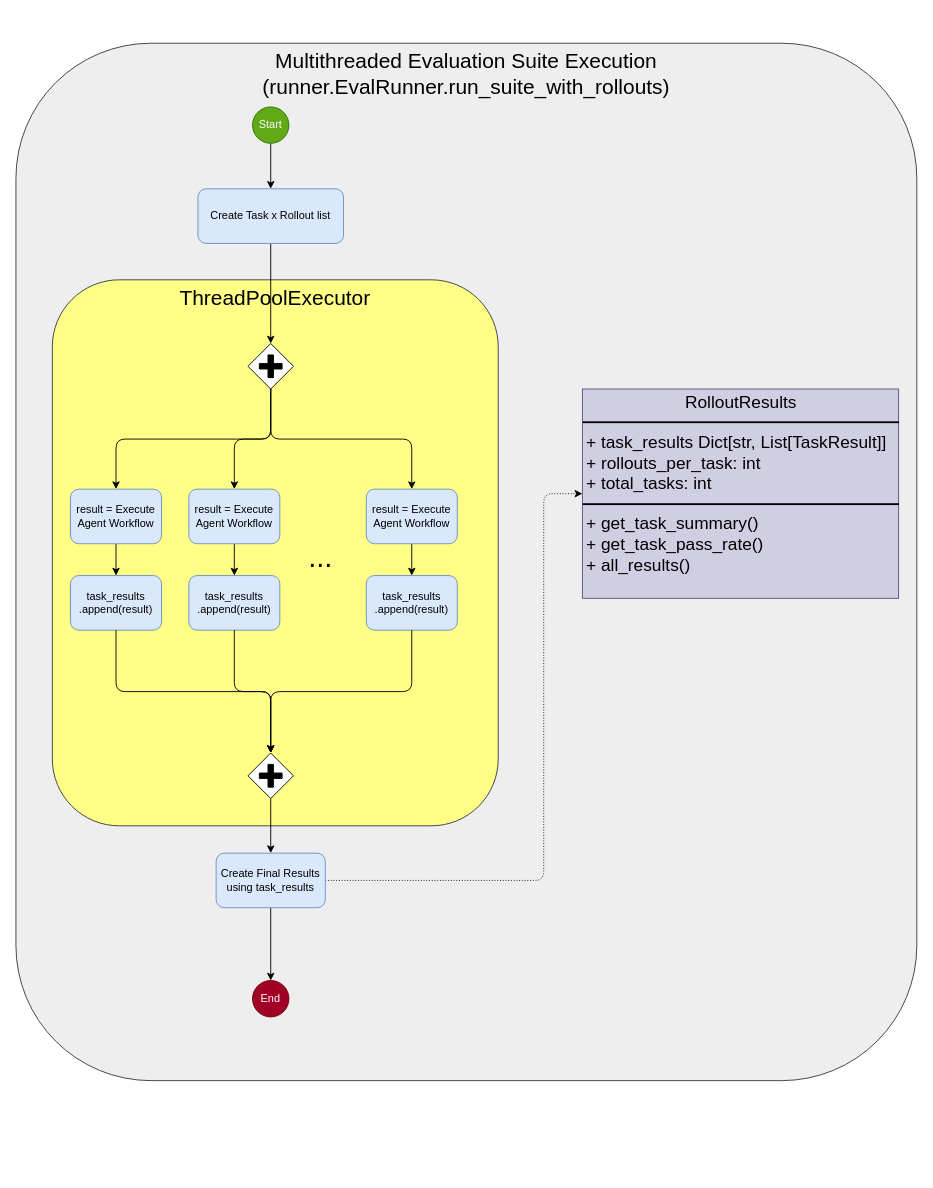
jbthejedi/llm-repo-agent keeps this draw.io diagram as blog_post/diagrams/multithreaded_eval_suite.drawio. Above is the earlier version. Source tidied: cells renumbered, new cells numbered last; positions are measured from the earlier drawing's top-left corner, leaving out a move shared by most shapes. Both pictures are drawn from the tidied source at 91%, with x=0, y=0 at pixel (15, 43).
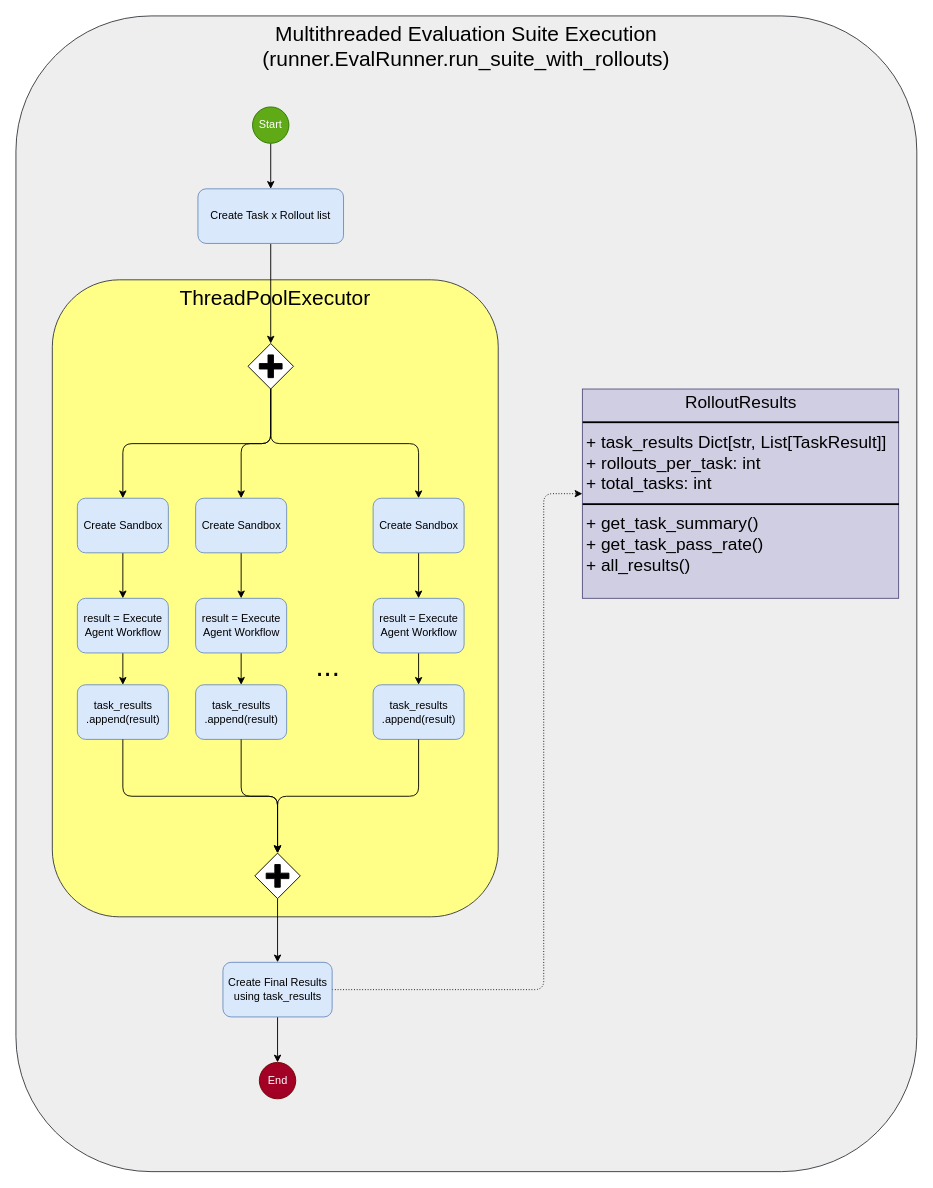
The same page after the edit.

Commit message (it also covers changes not shown here):
updated mulithreaded diagram

Unchanged cells that the change refers to:
```xml
<mxCell id="8" value="&lt;p style=&quot;margin:0px;margin-top:4px;text-align:center;&quot;&gt;&lt;font style=&quot;color: light-dark(rgb(0, 0, 0), rgb(255, 255, 255));&quot;&gt;RolloutResults&lt;/font&gt;&lt;/p&gt;&lt;hr style=&quot;border-style:solid;&quot;&gt;&lt;p style=&quot;margin:0px;margin-left:4px;&quot;&gt;&lt;font style=&quot;color: light-dark(rgb(0, 0, 0), rgb(255, 255, 255));&quot;&gt;+ task_results Dict[str, List[TaskResult]]&lt;br&gt;+ rollouts_per_task: int&lt;/font&gt;&lt;/p&gt;&lt;p style=&quot;margin:0px;margin-left:4px;&quot;&gt;&lt;font style=&quot;color: light-dark(rgb(0, 0, 0), rgb(255, 255, 255));&quot;&gt;+ total_tasks: int&lt;/font&gt;&lt;/p&gt;&lt;hr style=&quot;border-style:solid;&quot;&gt;&lt;p style=&quot;scrollbar-color: rgb(75, 75, 75) rgb(27, 29, 30); margin: 0px 0px 0px 4px; color: rgb(192, 192, 192);&quot;&gt;&lt;font style=&quot;color: light-dark(rgb(0, 0, 0), rgb(255, 255, 255));&quot;&gt;+ get_task_summary()&lt;/font&gt;&lt;/p&gt;&lt;p style=&quot;scrollbar-color: rgb(75, 75, 75) rgb(27, 29, 30); margin: 0px 0px 0px 4px; color: rgb(192, 192, 192);&quot;&gt;&lt;font style=&quot;color: light-dark(rgb(0, 0, 0), rgb(255, 255, 255));&quot;&gt;+ get_task_pass_rate()&lt;br style=&quot;scrollbar-color: rgb(75, 75, 75) rgb(27, 29, 30); color: rgb(192, 192, 192);&quot;&gt;&lt;/font&gt;&lt;/p&gt;&lt;p style=&quot;scrollbar-color: rgb(75, 75, 75) rgb(27, 29, 30); margin: 0px 0px 0px 4px; color: rgb(192, 192, 192);&quot;&gt;&lt;font style=&quot;color: light-dark(rgb(0, 0, 0), rgb(255, 255, 255));&quot;&gt;+ all_results()&lt;/font&gt;&lt;/p&gt;" style="verticalAlign=top;align=left;overflow=fill;html=1;whiteSpace=wrap;fontSize=19;fillColor=#d0cee2;strokeColor=#56517e;labelBackgroundColor=none;" parent="1" vertex="1">
  <mxGeometry x="622.5" y="380" width="347.5" height="230" as="geometry" />
</mxCell>
<mxCell id="14" style="points=[[0.25,0.25,0],[0.5,0,0],[0.75,0.25,0],[1,0.5,0],[0.75,0.75,0],[0.5,1,0],[0.25,0.75,0],[0,0.5,0]];shape=mxgraph.bpmn.gateway2;html=1;verticalLabelPosition=bottom;labelBackgroundColor=#ffffff;verticalAlign=top;align=center;perimeter=rhombusPerimeter;outlineConnect=0;outline=none;symbol=none;gwType=parallel;" parent="1" vertex="1">
  <mxGeometry x="255" y="330" width="50" height="50" as="geometry" />
</mxCell>
```

What changed in the source:
```diff
@@
     <mxCell id="2" value="Multithreaded Evaluation Suite Execution&lt;div&gt;(runner.EvalRunner.run_suite_with_rollouts)&lt;/div&gt;" style="rounded=1;whiteSpace=wrap;html=1;fillColor=#eeeeee;strokeColor=#36393d;verticalAlign=top;fontSize=23;" parent="1" vertex="1">
-      <mxGeometry width="990" height="1140" as="geometry" />
+      <mxGeometry y="-30" width="990" height="1270" as="geometry" />
     </mxCell>
     <mxCell id="3" value="ThreadPoolExecutor" style="rounded=1;whiteSpace=wrap;html=1;verticalAlign=top;fontSize=23;fillColor=#ffff88;strokeColor=#36393d;" parent="1" vertex="1">
-      <mxGeometry x="40" y="260" width="490" height="600" as="geometry" />
+      <mxGeometry x="40" y="260" width="490" height="700" as="geometry" />
     </mxCell>
@@
     <mxCell id="7" value="End" style="ellipse;whiteSpace=wrap;html=1;fillColor=#a20025;fontColor=#ffffff;strokeColor=#6F0000;" parent="1" vertex="1">
-      <mxGeometry x="260" y="1030" width="40" height="40" as="geometry" />
+      <mxGeometry x="267.5" y="1120" width="40" height="40" as="geometry" />
     </mxCell>
@@
-    <mxCell id="11" style="edgeStyle=orthogonalEdgeStyle;html=1;exitX=0.5;exitY=1;exitDx=0;exitDy=0;exitPerimeter=0;entryX=0.5;entryY=0;entryDx=0;entryDy=0;" parent="1" edge="1" source="14" target="18">
-      <mxGeometry relative="1" as="geometry" />
-    </mxCell>
-    <mxCell id="12" style="edgeStyle=orthogonalEdgeStyle;html=1;exitX=0.5;exitY=1;exitDx=0;exitDy=0;exitPerimeter=0;entryX=0.5;entryY=0;entryDx=0;entryDy=0;" parent="1" edge="1" source="14" target="20">
-      <mxGeometry relative="1" as="geometry" />
-    </mxCell>
-    <mxCell id="13" style="edgeStyle=orthogonalEdgeStyle;html=1;exitX=0.5;exitY=1;exitDx=0;exitDy=0;exitPerimeter=0;entryX=0.5;entryY=0;entryDx=0;entryDy=0;" parent="1" edge="1" source="14" target="22">
-      <mxGeometry relative="1" as="geometry" />
-    </mxCell>
+    <mxCell id="32" style="edgeStyle=orthogonalEdgeStyle;html=1;exitX=0.5;exitY=1;exitDx=0;exitDy=0;exitPerimeter=0;entryX=0.5;entryY=0;entryDx=0;entryDy=0;" parent="1" edge="1" source="14" target="36">
+      <mxGeometry relative="1" as="geometry" />
+    </mxCell>
+    <mxCell id="33" style="edgeStyle=orthogonalEdgeStyle;html=1;exitX=0.5;exitY=1;exitDx=0;exitDy=0;exitPerimeter=0;entryX=0.5;entryY=0;entryDx=0;entryDy=0;" parent="1" edge="1" source="14" target="38">
+      <mxGeometry relative="1" as="geometry" />
+    </mxCell>
+    <mxCell id="34" style="edgeStyle=orthogonalEdgeStyle;html=1;exitX=0.5;exitY=1;exitDx=0;exitDy=0;exitPerimeter=0;entryX=0.5;entryY=0;entryDx=0;entryDy=0;" parent="1" edge="1" source="14" target="40">
+      <mxGeometry relative="1" as="geometry" />
+    </mxCell>
@@
     <mxCell id="16" style="points=[[0.25,0.25,0],[0.5,0,0],[0.75,0.25,0],[1,0.5,0],[0.75,0.75,0],[0.5,1,0],[0.25,0.75,0],[0,0.5,0]];shape=mxgraph.bpmn.gateway2;html=1;verticalLabelPosition=bottom;labelBackgroundColor=#ffffff;verticalAlign=top;align=center;perimeter=rhombusPerimeter;outlineConnect=0;outline=none;symbol=none;gwType=parallel;" parent="1" vertex="1">
-      <mxGeometry x="255" y="780" width="50" height="50" as="geometry" />
+      <mxGeometry x="262.5" y="890" width="50" height="50" as="geometry" />
     </mxCell>
@@
     <mxCell id="18" value="result = Execute Agent Workflow" style="rounded=1;whiteSpace=wrap;html=1;fillColor=#dae8fc;strokeColor=#6c8ebf;fontColor=light-dark(#000000,#FFFFFF);" parent="1" vertex="1">
-      <mxGeometry x="60" y="490" width="100" height="60" as="geometry" />
+      <mxGeometry x="67.5" y="610" width="100" height="60" as="geometry" />
     </mxCell>
@@
     <mxCell id="20" value="&lt;span style=&quot;&quot;&gt;result = Execute Agent Workflow&lt;/span&gt;" style="rounded=1;whiteSpace=wrap;html=1;fillColor=#dae8fc;strokeColor=#6c8ebf;fontColor=light-dark(#000000,#FFFFFF);" parent="1" vertex="1">
-      <mxGeometry x="190" y="490" width="100" height="60" as="geometry" />
+      <mxGeometry x="197.5" y="610" width="100" height="60" as="geometry" />
     </mxCell>
@@
     <mxCell id="22" value="&lt;span style=&quot;&quot;&gt;result = Execute Agent Workflow&lt;/span&gt;" style="rounded=1;whiteSpace=wrap;html=1;fillColor=#dae8fc;strokeColor=#6c8ebf;fontColor=light-dark(#000000,#FFFFFF);" parent="1" vertex="1">
-      <mxGeometry x="385" y="490" width="100" height="60" as="geometry" />
+      <mxGeometry x="392.5" y="610" width="100" height="60" as="geometry" />
     </mxCell>
     <mxCell id="23" value="..." style="text;html=1;align=center;verticalAlign=middle;whiteSpace=wrap;rounded=0;fontSize=32;" parent="1" vertex="1">
-      <mxGeometry x="305" y="550" width="60" height="30" as="geometry" />
+      <mxGeometry x="312.5" y="670" width="60" height="30" as="geometry" />
     </mxCell>
     <mxCell id="24" value="task_results&lt;div&gt;.append(result)&lt;/div&gt;" style="rounded=1;whiteSpace=wrap;html=1;fillColor=#dae8fc;strokeColor=#6c8ebf;" parent="1" vertex="1">
-      <mxGeometry x="60" y="585" width="100" height="60" as="geometry" />
+      <mxGeometry x="67.5" y="705" width="100" height="60" as="geometry" />
     </mxCell>
     <mxCell id="25" value="&lt;span style=&quot;&quot;&gt;task_results&lt;/span&gt;&lt;div style=&quot;scrollbar-color: rgb(75, 75, 75) rgb(27, 29, 30);&quot;&gt;.append(result)&lt;/div&gt;" style="rounded=1;whiteSpace=wrap;html=1;fillColor=#dae8fc;strokeColor=#6c8ebf;fontColor=light-dark(#000000,#F5F5F5);" parent="1" vertex="1">
-      <mxGeometry x="190" y="585" width="100" height="60" as="geometry" />
+      <mxGeometry x="197.5" y="705" width="100" height="60" as="geometry" />
     </mxCell>
     <mxCell id="26" value="&lt;span style=&quot;&quot;&gt;task_results&lt;/span&gt;&lt;div style=&quot;scrollbar-color: rgb(75, 75, 75) rgb(27, 29, 30);&quot;&gt;.append(result)&lt;/div&gt;" style="rounded=1;whiteSpace=wrap;html=1;fillColor=#dae8fc;strokeColor=#6c8ebf;fontColor=light-dark(#000000,#F5F5F5);" parent="1" vertex="1">
-      <mxGeometry x="385" y="585" width="100" height="60" as="geometry" />
+      <mxGeometry x="392.5" y="705" width="100" height="60" as="geometry" />
     </mxCell>
@@
     <mxCell id="30" style="edgeStyle=orthogonalEdgeStyle;html=1;exitX=1;exitY=0.5;exitDx=0;exitDy=0;entryX=0;entryY=0.5;entryDx=0;entryDy=0;dashed=1;dashPattern=1 2;" parent="1" edge="1" source="31" target="8">
       <mxGeometry relative="1" as="geometry">
         <Array as="points">
-          <mxPoint x="580" y="920" />
+          <mxPoint x="580" y="1040" />
           <mxPoint x="580" y="495" />
         </Array>
       </mxGeometry>
     </mxCell>
     <mxCell id="31" value="Create Final Results&lt;br&gt;using task_results" style="rounded=1;whiteSpace=wrap;html=1;fillColor=#dae8fc;strokeColor=#6c8ebf;" parent="1" vertex="1">
-      <mxGeometry x="220" y="890" width="120" height="60" as="geometry" />
+      <mxGeometry x="227.5" y="1010" width="120" height="60" as="geometry" />
     </mxCell>
+    <mxCell id="35" style="edgeStyle=none;html=1;exitX=0.5;exitY=1;exitDx=0;exitDy=0;entryX=0.5;entryY=0;entryDx=0;entryDy=0;" parent="1" edge="1" source="36" target="18">
+      <mxGeometry relative="1" as="geometry" />
+    </mxCell>
+    <mxCell id="36" value="Create Sandbox" style="rounded=1;whiteSpace=wrap;html=1;fillColor=#dae8fc;strokeColor=#6c8ebf;fontColor=light-dark(#000000,#FFFFFF);" parent="1" vertex="1">
+      <mxGeometry x="67.5" y="500" width="100" height="60" as="geometry" />
+    </mxCell>
+    <mxCell id="37" style="edgeStyle=none;html=1;exitX=0.5;exitY=1;exitDx=0;exitDy=0;entryX=0.5;entryY=0;entryDx=0;entryDy=0;" parent="1" edge="1" source="38" target="20">
+      <mxGeometry relative="1" as="geometry" />
+    </mxCell>
+    <mxCell id="38" value="&lt;span style=&quot;&quot;&gt;Create Sandbox&lt;/span&gt;" style="rounded=1;whiteSpace=wrap;html=1;fillColor=#dae8fc;strokeColor=#6c8ebf;fontColor=light-dark(#000000,#FFFFFF);" parent="1" vertex="1">
+      <mxGeometry x="197.5" y="500" width="100" height="60" as="geometry" />
+    </mxCell>
+    <mxCell id="39" style="edgeStyle=none;html=1;exitX=0.5;exitY=1;exitDx=0;exitDy=0;entryX=0.5;entryY=0;entryDx=0;entryDy=0;" parent="1" edge="1" source="40" target="22">
+      <mxGeometry relative="1" as="geometry" />
+    </mxCell>
+    <mxCell id="40" value="&lt;span style=&quot;&quot;&gt;Create Sandbox&lt;/span&gt;" style="rounded=1;whiteSpace=wrap;html=1;fillColor=#dae8fc;strokeColor=#6c8ebf;fontColor=light-dark(#000000,#FFFFFF);" parent="1" vertex="1">
+      <mxGeometry x="392.5" y="500" width="100" height="60" as="geometry" />
+    </mxCell>
```
